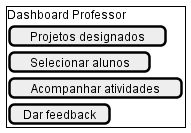
Earlier version of the PlantUML export docs/assets/professor.png (Projetos-de-Extensao/PFE_25.2_8003_I).
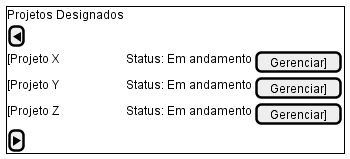
After the change.

Change to the diagram source:
```diff
@@ -2,11 +2,12 @@
 salt
 {
   {+
-    Dashboard Professor
-    [Projetos designados]
-    [Selecionar alunos]
-    [Acompanhar atividades]
-    [Dar feedback]
+    Projetos Designados
+    [◀]
+    [Projeto X | Status: Em andamento | [Gerenciar]]
+    [Projeto Y | Status: Em andamento | [Gerenciar]]
+    [Projeto Z | Status: Em andamento | [Gerenciar]]
+    [▶]
   }
 }
 @enduml
```
